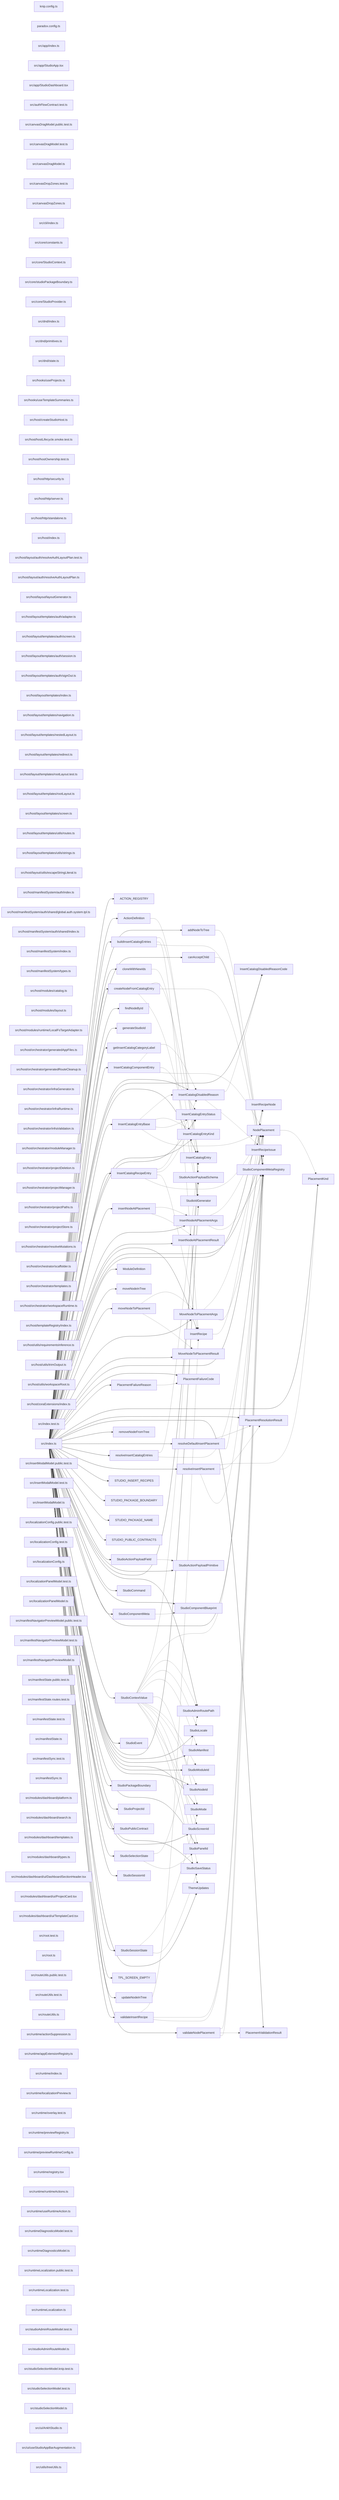
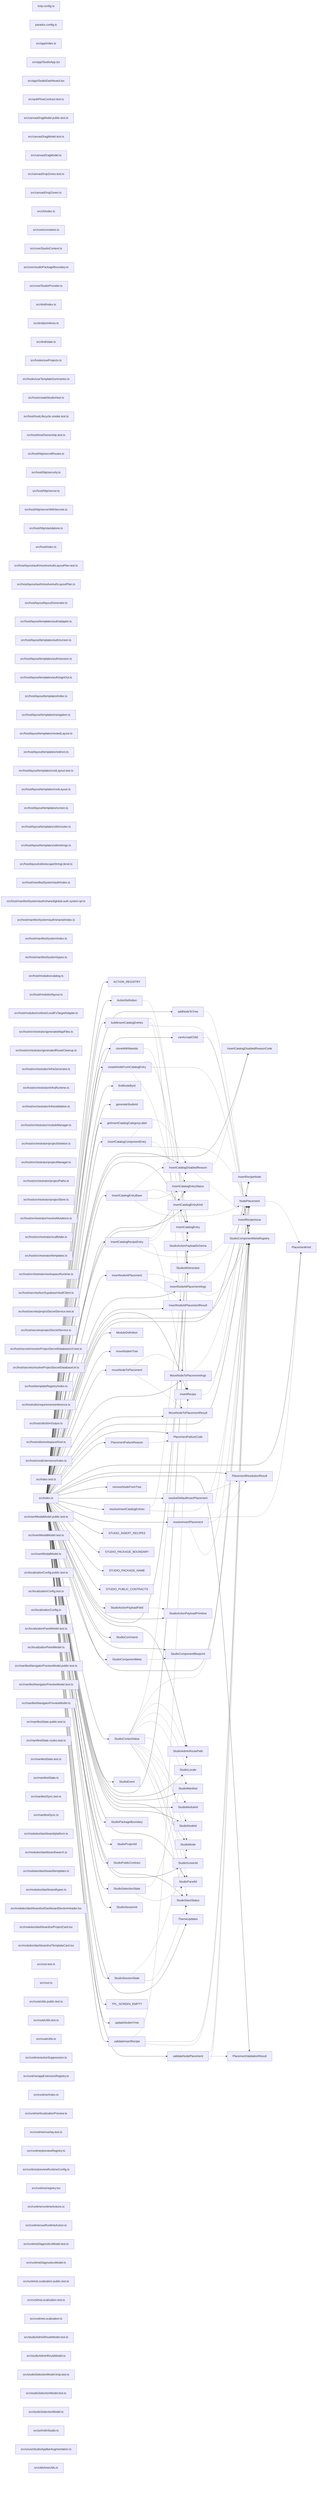
graph LR
  module_knip_config_ts["knip.config.ts"]
  module_paradox_config_ts["paradox.config.ts"]
  module_src_app_index_ts["src/app/index.ts"]
  module_src_app_StudioApp_tsx["src/app/StudioApp.tsx"]
  module_src_app_StudioDashboard_tsx["src/app/StudioDashboard.tsx"]
  module_src_authFlowContract_test_ts["src/authFlowContract.test.ts"]
  module_src_canvasDragModel_public_test_ts["src/canvasDragModel.public.test.ts"]
  module_src_canvasDragModel_test_ts["src/canvasDragModel.test.ts"]
  module_src_canvasDragModel_ts["src/canvasDragModel.ts"]
  module_src_canvasDropZones_test_ts["src/canvasDropZones.test.ts"]
  module_src_canvasDropZones_ts["src/canvasDropZones.ts"]
  module_src_cli_index_ts["src/cli/index.ts"]
  module_src_core_constants_ts["src/core/constants.ts"]
  module_src_core_StudioContext_ts["src/core/StudioContext.ts"]
  module_src_core_studioPackageBoundary_ts["src/core/studioPackageBoundary.ts"]
  module_src_core_StudioProvider_ts["src/core/StudioProvider.ts"]
  module_src_dnd_index_ts["src/dnd/index.ts"]
  module_src_dnd_primitives_ts["src/dnd/primitives.ts"]
  module_src_dnd_state_ts["src/dnd/state.ts"]
  module_src_hooks_useProjects_ts["src/hooks/useProjects.ts"]
  module_src_hooks_useTemplateSummaries_ts["src/hooks/useTemplateSummaries.ts"]
  module_src_host_createStudioHost_ts["src/host/createStudioHost.ts"]
  module_src_host_hostLifecycle_smoke_test_ts["src/host/hostLifecycle.smoke.test.ts"]
  module_src_host_hostOwnership_test_ts["src/host/hostOwnership.test.ts"]
+   module_src_host_http_secretRoutes_ts["src/host/http/secretRoutes.ts"]
  module_src_host_http_security_ts["src/host/http/security.ts"]
  module_src_host_http_server_ts["src/host/http/server.ts"]
+   module_src_host_http_serverWithSecrets_ts["src/host/http/serverWithSecrets.ts"]
  module_src_host_http_standalone_ts["src/host/http/standalone.ts"]
  module_src_host_index_ts["src/host/index.ts"]
  module_src_host_layout_auth_resolveAuthLayoutPlan_test_ts["src/host/layout/auth/resolveAuthLayoutPlan.test.ts"]
  module_src_host_layout_auth_resolveAuthLayoutPlan_ts["src/host/layout/auth/resolveAuthLayoutPlan.ts"]
  module_src_host_layout_layoutGenerator_ts["src/host/layout/layoutGenerator.ts"]
  module_src_host_layout_templates_auth_adapter_ts["src/host/layout/templates/auth/adapter.ts"]
  module_src_host_layout_templates_auth_screen_ts["src/host/layout/templates/auth/screen.ts"]
  module_src_host_layout_templates_auth_session_ts["src/host/layout/templates/auth/session.ts"]
  module_src_host_layout_templates_auth_signOut_ts["src/host/layout/templates/auth/signOut.ts"]
  module_src_host_layout_templates_index_ts["src/host/layout/templates/index.ts"]
  module_src_host_layout_templates_navigation_ts["src/host/layout/templates/navigation.ts"]
  module_src_host_layout_templates_nestedLayout_ts["src/host/layout/templates/nestedLayout.ts"]
  module_src_host_layout_templates_redirect_ts["src/host/layout/templates/redirect.ts"]
  module_src_host_layout_templates_rootLayout_test_ts["src/host/layout/templates/rootLayout.test.ts"]
  module_src_host_layout_templates_rootLayout_ts["src/host/layout/templates/rootLayout.ts"]
  module_src_host_layout_templates_screen_ts["src/host/layout/templates/screen.ts"]
  module_src_host_layout_templates_utils_routes_ts["src/host/layout/templates/utils/routes.ts"]
  module_src_host_layout_templates_utils_strings_ts["src/host/layout/templates/utils/strings.ts"]
  module_src_host_layout_utils_escapeStringLiteral_ts["src/host/layout/utils/escapeStringLiteral.ts"]
  module_src_host_manifestSystem_auth_index_ts["src/host/manifestSystem/auth/index.ts"]
  module_src_host_manifestSystem_auth_shared_global_auth_system_tpl_ts["src/host/manifestSystem/auth/shared/global.auth.system.tpl.ts"]
  module_src_host_manifestSystem_auth_shared_index_ts["src/host/manifestSystem/auth/shared/index.ts"]
  module_src_host_manifestSystem_index_ts["src/host/manifestSystem/index.ts"]
  module_src_host_manifestSystem_types_ts["src/host/manifestSystem/types.ts"]
  module_src_host_modules_catalog_ts["src/host/modules/catalog.ts"]
  module_src_host_modules_layout_ts["src/host/modules/layout.ts"]
  module_src_host_modules_runtime_LocalFsTargetAdapter_ts["src/host/modules/runtime/LocalFsTargetAdapter.ts"]
  module_src_host_orchestrator_generatedAppFiles_ts["src/host/orchestrator/generatedAppFiles.ts"]
  module_src_host_orchestrator_generatedRouteCleanup_ts["src/host/orchestrator/generatedRouteCleanup.ts"]
  module_src_host_orchestrator_infraGenerator_ts["src/host/orchestrator/infraGenerator.ts"]
  module_src_host_orchestrator_infraRuntime_ts["src/host/orchestrator/infraRuntime.ts"]
  module_src_host_orchestrator_infraValidation_ts["src/host/orchestrator/infraValidation.ts"]
  module_src_host_orchestrator_moduleManager_ts["src/host/orchestrator/moduleManager.ts"]
  module_src_host_orchestrator_projectDeletion_ts["src/host/orchestrator/projectDeletion.ts"]
  module_src_host_orchestrator_projectManager_ts["src/host/orchestrator/projectManager.ts"]
  module_src_host_orchestrator_projectPaths_ts["src/host/orchestrator/projectPaths.ts"]
  module_src_host_orchestrator_projectStore_ts["src/host/orchestrator/projectStore.ts"]
  module_src_host_orchestrator_resolveMutations_ts["src/host/orchestrator/resolveMutations.ts"]
  module_src_host_orchestrator_scaffolder_ts["src/host/orchestrator/scaffolder.ts"]
  module_src_host_orchestrator_templates_ts["src/host/orchestrator/templates.ts"]
  module_src_host_orchestrator_workspaceRuntime_ts["src/host/orchestrator/workspaceRuntime.ts"]
+   module_src_host_secrets_bunSupabaseVaultClient_ts["src/host/secrets/bunSupabaseVaultClient.ts"]
+   module_src_host_secrets_projectSecretService_test_ts["src/host/secrets/projectSecretService.test.ts"]
+   module_src_host_secrets_projectSecretService_ts["src/host/secrets/projectSecretService.ts"]
+   module_src_host_secrets_resolveProjectSecretDatabaseUrl_test_ts["src/host/secrets/resolveProjectSecretDatabaseUrl.test.ts"]
+   module_src_host_secrets_resolveProjectSecretDatabaseUrl_ts["src/host/secrets/resolveProjectSecretDatabaseUrl.ts"]
  module_src_host_templateRegistry_index_ts["src/host/templateRegistry/index.ts"]
  module_src_host_utils_requirementsInference_ts["src/host/utils/requirementsInference.ts"]
  module_src_host_utils_trimOutput_ts["src/host/utils/trimOutput.ts"]
  module_src_host_utils_workspaceRoot_ts["src/host/utils/workspaceRoot.ts"]
  module_src_host_zoraExtensions_index_ts["src/host/zoraExtensions/index.ts"]
  module_src_index_test_ts["src/index.test.ts"]
  module_src_index_ts["src/index.ts"]
  module_src_insertModalModel_public_test_ts["src/insertModalModel.public.test.ts"]
  module_src_insertModalModel_test_ts["src/insertModalModel.test.ts"]
  module_src_insertModalModel_ts["src/insertModalModel.ts"]
  module_src_localizationConfig_public_test_ts["src/localizationConfig.public.test.ts"]
  module_src_localizationConfig_test_ts["src/localizationConfig.test.ts"]
  module_src_localizationConfig_ts["src/localizationConfig.ts"]
  module_src_localizationPanelModel_test_ts["src/localizationPanelModel.test.ts"]
  module_src_localizationPanelModel_ts["src/localizationPanelModel.ts"]
  module_src_manifestNavigatorPreviewModel_public_test_ts["src/manifestNavigatorPreviewModel.public.test.ts"]
  module_src_manifestNavigatorPreviewModel_test_ts["src/manifestNavigatorPreviewModel.test.ts"]
  module_src_manifestNavigatorPreviewModel_ts["src/manifestNavigatorPreviewModel.ts"]
  module_src_manifestState_public_test_ts["src/manifestState.public.test.ts"]
  module_src_manifestState_routes_test_ts["src/manifestState.routes.test.ts"]
  module_src_manifestState_test_ts["src/manifestState.test.ts"]
  module_src_manifestState_ts["src/manifestState.ts"]
  module_src_manifestSync_test_ts["src/manifestSync.test.ts"]
  module_src_manifestSync_ts["src/manifestSync.ts"]
  module_src_modules_dashboard_platform_ts["src/modules/dashboard/platform.ts"]
  module_src_modules_dashboard_search_ts["src/modules/dashboard/search.ts"]
  module_src_modules_dashboard_templates_ts["src/modules/dashboard/templates.ts"]
  module_src_modules_dashboard_types_ts["src/modules/dashboard/types.ts"]
  module_src_modules_dashboard_ui_DashboardSectionHeader_tsx["src/modules/dashboard/ui/DashboardSectionHeader.tsx"]
  module_src_modules_dashboard_ui_ProjectCard_tsx["src/modules/dashboard/ui/ProjectCard.tsx"]
  module_src_modules_dashboard_ui_TemplateCard_tsx["src/modules/dashboard/ui/TemplateCard.tsx"]
  module_src_root_test_ts["src/root.test.ts"]
  module_src_root_ts["src/root.ts"]
  module_src_routeUtils_public_test_ts["src/routeUtils.public.test.ts"]
  module_src_routeUtils_test_ts["src/routeUtils.test.ts"]
  module_src_routeUtils_ts["src/routeUtils.ts"]
  module_src_runtime_actionSuppression_ts["src/runtime/actionSuppression.ts"]
  module_src_runtime_appExtensionRegistry_ts["src/runtime/appExtensionRegistry.ts"]
  module_src_runtime_index_ts["src/runtime/index.ts"]
  module_src_runtime_localizationPreview_ts["src/runtime/localizationPreview.ts"]
  module_src_runtime_overlay_test_ts["src/runtime/overlay.test.ts"]
  module_src_runtime_previewRegistry_ts["src/runtime/previewRegistry.ts"]
  module_src_runtime_previewRuntimeConfig_ts["src/runtime/previewRuntimeConfig.ts"]
  module_src_runtime_registry_tsx["src/runtime/registry.tsx"]
  module_src_runtime_runtimeActions_ts["src/runtime/runtimeActions.ts"]
  module_src_runtime_useRuntimeAction_ts["src/runtime/useRuntimeAction.ts"]
  module_src_runtimeDiagnosticsModel_test_ts["src/runtimeDiagnosticsModel.test.ts"]
  module_src_runtimeDiagnosticsModel_ts["src/runtimeDiagnosticsModel.ts"]
  module_src_runtimeLocalization_public_test_ts["src/runtimeLocalization.public.test.ts"]
  module_src_runtimeLocalization_test_ts["src/runtimeLocalization.test.ts"]
  module_src_runtimeLocalization_ts["src/runtimeLocalization.ts"]
  module_src_studioAdminRouteModel_test_ts["src/studioAdminRouteModel.test.ts"]
  module_src_studioAdminRouteModel_ts["src/studioAdminRouteModel.ts"]
  module_src_studioSelectionModel_knip_test_ts["src/studioSelectionModel.knip.test.ts"]
  module_src_studioSelectionModel_test_ts["src/studioSelectionModel.test.ts"]
  module_src_studioSelectionModel_ts["src/studioSelectionModel.ts"]
  module_src_ui_AnkhStudio_ts["src/ui/AnkhStudio.ts"]
  module_src_ui_useStudioAppBarAugmentation_ts["src/ui/useStudioAppBarAugmentation.ts"]
  module_src_utils_treeUtils_ts["src/utils/treeUtils.ts"]
  export_ACTION_REGISTRY["ACTION_REGISTRY"]
  module_src_index_ts --> export_ACTION_REGISTRY
  export_ActionDefinition["ActionDefinition"]
  module_src_index_ts --> export_ActionDefinition
  export_ActionDefinition -.-> export_StudioActionPayloadSchema
  export_addNodeToTree["addNodeToTree"]
  module_src_index_ts --> export_addNodeToTree
  export_addNodeToTree -.-> export_StudioComponentMetaRegistry
  export_buildInsertCatalogEntries["buildInsertCatalogEntries"]
  module_src_index_ts --> export_buildInsertCatalogEntries
  export_buildInsertCatalogEntries -.-> export_InsertCatalogEntry
  export_buildInsertCatalogEntries -.-> export_InsertRecipe
  export_buildInsertCatalogEntries -.-> export_StudioComponentMetaRegistry
  export_canAcceptChild["canAcceptChild"]
  module_src_index_ts --> export_canAcceptChild
  export_canAcceptChild -.-> export_StudioComponentMetaRegistry
  export_cloneWithNewIds["cloneWithNewIds"]
  module_src_index_ts --> export_cloneWithNewIds
  export_cloneWithNewIds -.-> export_StudioIdGenerator
  export_createNodeFromCatalogEntry["createNodeFromCatalogEntry"]
  module_src_index_ts --> export_createNodeFromCatalogEntry
  export_createNodeFromCatalogEntry -.-> export_InsertCatalogEntry
  export_createNodeFromCatalogEntry -.-> export_StudioComponentMetaRegistry
  export_createNodeFromCatalogEntry -.-> export_StudioIdGenerator
  export_findNodeById["findNodeById"]
  module_src_index_ts --> export_findNodeById
  export_generateStudioId["generateStudioId"]
  module_src_index_ts --> export_generateStudioId
  export_getInsertCatalogCategoryLabel["getInsertCatalogCategoryLabel"]
  module_src_index_ts --> export_getInsertCatalogCategoryLabel
  export_InsertCatalogComponentEntry["InsertCatalogComponentEntry"]
  module_src_index_ts --> export_InsertCatalogComponentEntry
  export_InsertCatalogComponentEntry -.-> export_InsertCatalogDisabledReason
  export_InsertCatalogComponentEntry -.-> export_InsertCatalogEntryStatus
  export_InsertCatalogComponentEntry -.-> export_NodePlacement
  export_InsertCatalogDisabledReason["InsertCatalogDisabledReason"]
  module_src_index_ts --> export_InsertCatalogDisabledReason
  export_InsertCatalogDisabledReason -.-> export_InsertCatalogDisabledReasonCode
  export_InsertCatalogDisabledReason -.-> export_InsertRecipeIssue
  export_InsertCatalogDisabledReasonCode["InsertCatalogDisabledReasonCode"]
  module_src_index_ts --> export_InsertCatalogDisabledReasonCode
  export_InsertCatalogEntry["InsertCatalogEntry"]
  module_src_index_ts --> export_InsertCatalogEntry
  export_InsertCatalogEntryBase["InsertCatalogEntryBase"]
  module_src_index_ts --> export_InsertCatalogEntryBase
  export_InsertCatalogEntryBase -.-> export_InsertCatalogDisabledReason
  export_InsertCatalogEntryBase -.-> export_InsertCatalogEntryKind
  export_InsertCatalogEntryBase -.-> export_InsertCatalogEntryStatus
  export_InsertCatalogEntryBase -.-> export_NodePlacement
  export_InsertCatalogEntryKind["InsertCatalogEntryKind"]
  module_src_index_ts --> export_InsertCatalogEntryKind
  export_InsertCatalogEntryStatus["InsertCatalogEntryStatus"]
  module_src_index_ts --> export_InsertCatalogEntryStatus
  export_InsertCatalogRecipeEntry["InsertCatalogRecipeEntry"]
  module_src_index_ts --> export_InsertCatalogRecipeEntry
  export_InsertCatalogRecipeEntry -.-> export_InsertCatalogDisabledReason
  export_InsertCatalogRecipeEntry -.-> export_InsertCatalogEntryStatus
  export_InsertCatalogRecipeEntry -.-> export_InsertRecipe
  export_InsertCatalogRecipeEntry -.-> export_NodePlacement
  export_insertNodeAtPlacement["insertNodeAtPlacement"]
  module_src_index_ts --> export_insertNodeAtPlacement
  export_insertNodeAtPlacement -.-> export_InsertNodeAtPlacementArgs
  export_insertNodeAtPlacement -.-> export_InsertNodeAtPlacementResult
  export_InsertNodeAtPlacementArgs["InsertNodeAtPlacementArgs"]
  module_src_index_ts --> export_InsertNodeAtPlacementArgs
  export_InsertNodeAtPlacementArgs -.-> export_NodePlacement
  export_InsertNodeAtPlacementArgs -.-> export_StudioComponentMetaRegistry
  export_InsertNodeAtPlacementResult["InsertNodeAtPlacementResult"]
  module_src_index_ts --> export_InsertNodeAtPlacementResult
  export_InsertRecipe["InsertRecipe"]
  module_src_index_ts --> export_InsertRecipe
  export_InsertRecipe -.-> export_InsertRecipeNode
  export_InsertRecipeIssue["InsertRecipeIssue"]
  module_src_index_ts --> export_InsertRecipeIssue
  export_InsertRecipeNode["InsertRecipeNode"]
  module_src_index_ts --> export_InsertRecipeNode
  export_ModuleDefinition["ModuleDefinition"]
  module_src_index_ts --> export_ModuleDefinition
  export_moveNodeInTree["moveNodeInTree"]
  module_src_index_ts --> export_moveNodeInTree
  export_moveNodeToPlacement["moveNodeToPlacement"]
  module_src_index_ts --> export_moveNodeToPlacement
  export_moveNodeToPlacement -.-> export_MoveNodeToPlacementArgs
  export_moveNodeToPlacement -.-> export_MoveNodeToPlacementResult
  export_MoveNodeToPlacementArgs["MoveNodeToPlacementArgs"]
  module_src_index_ts --> export_MoveNodeToPlacementArgs
  export_MoveNodeToPlacementArgs -.-> export_NodePlacement
  export_MoveNodeToPlacementArgs -.-> export_StudioComponentMetaRegistry
  export_MoveNodeToPlacementResult["MoveNodeToPlacementResult"]
  module_src_index_ts --> export_MoveNodeToPlacementResult
  export_NodePlacement["NodePlacement"]
  module_src_index_ts --> export_NodePlacement
  export_NodePlacement -.-> export_PlacementKind
  export_PlacementFailureCode["PlacementFailureCode"]
  module_src_index_ts --> export_PlacementFailureCode
  export_PlacementFailureReason["PlacementFailureReason"]
  module_src_index_ts --> export_PlacementFailureReason
  export_PlacementFailureReason -.-> export_PlacementFailureCode
  export_PlacementKind["PlacementKind"]
  module_src_index_ts --> export_PlacementKind
  export_PlacementResolutionResult["PlacementResolutionResult"]
  module_src_index_ts --> export_PlacementResolutionResult
  export_PlacementValidationResult["PlacementValidationResult"]
  module_src_index_ts --> export_PlacementValidationResult
  export_removeNodeFromTree["removeNodeFromTree"]
  module_src_index_ts --> export_removeNodeFromTree
  export_resolveDefaultInsertPlacement["resolveDefaultInsertPlacement"]
  module_src_index_ts --> export_resolveDefaultInsertPlacement
  export_resolveDefaultInsertPlacement -.-> export_PlacementResolutionResult
  export_resolveDefaultInsertPlacement -.-> export_StudioComponentMetaRegistry
  export_resolveInsertCatalogEntries["resolveInsertCatalogEntries"]
  module_src_index_ts --> export_resolveInsertCatalogEntries
  export_resolveInsertCatalogEntries -.-> export_InsertCatalogEntry
  export_resolveInsertCatalogEntries -.-> export_StudioComponentMetaRegistry
  export_resolveInsertPlacement["resolveInsertPlacement"]
  module_src_index_ts --> export_resolveInsertPlacement
  export_resolveInsertPlacement -.-> export_PlacementKind
  export_resolveInsertPlacement -.-> export_PlacementResolutionResult
  export_resolveInsertPlacement -.-> export_StudioComponentMetaRegistry
  export_STUDIO_INSERT_RECIPES["STUDIO_INSERT_RECIPES"]
  module_src_index_ts --> export_STUDIO_INSERT_RECIPES
  export_STUDIO_PACKAGE_BOUNDARY["STUDIO_PACKAGE_BOUNDARY"]
  module_src_index_ts --> export_STUDIO_PACKAGE_BOUNDARY
  export_STUDIO_PACKAGE_NAME["STUDIO_PACKAGE_NAME"]
  module_src_index_ts --> export_STUDIO_PACKAGE_NAME
  export_STUDIO_PUBLIC_CONTRACTS["STUDIO_PUBLIC_CONTRACTS"]
  module_src_index_ts --> export_STUDIO_PUBLIC_CONTRACTS
  export_StudioActionPayloadField["StudioActionPayloadField"]
  module_src_index_ts --> export_StudioActionPayloadField
  export_StudioActionPayloadField -.-> export_StudioActionPayloadPrimitive
  export_StudioActionPayloadPrimitive["StudioActionPayloadPrimitive"]
  module_src_index_ts --> export_StudioActionPayloadPrimitive
  export_StudioActionPayloadSchema["StudioActionPayloadSchema"]
  module_src_index_ts --> export_StudioActionPayloadSchema
  export_StudioAdminRoutePath["StudioAdminRoutePath"]
  module_src_index_ts --> export_StudioAdminRoutePath
  export_StudioCommand["StudioCommand"]
  module_src_index_ts --> export_StudioCommand
  export_StudioComponentBlueprint["StudioComponentBlueprint"]
  module_src_index_ts --> export_StudioComponentBlueprint
  export_StudioComponentMeta["StudioComponentMeta"]
  module_src_index_ts --> export_StudioComponentMeta
  export_StudioComponentMeta -.-> export_StudioComponentBlueprint
  export_StudioComponentMetaRegistry["StudioComponentMetaRegistry"]
  module_src_index_ts --> export_StudioComponentMetaRegistry
  export_StudioContextValue["StudioContextValue"]
  module_src_index_ts --> export_StudioContextValue
  export_StudioContextValue -.-> export_InsertCatalogEntry
  export_StudioContextValue -.-> export_NodePlacement
  export_StudioContextValue -.-> export_StudioAdminRoutePath
  export_StudioContextValue -.-> export_StudioLocale
  export_StudioContextValue -.-> export_StudioManifest
  export_StudioContextValue -.-> export_StudioMode
  export_StudioContextValue -.-> export_StudioModuleId
  export_StudioContextValue -.-> export_StudioNodeId
  export_StudioContextValue -.-> export_StudioPanelId
  export_StudioContextValue -.-> export_StudioSaveStatus
  export_StudioContextValue -.-> export_StudioScreenId
  export_StudioContextValue -.-> export_ThemeUpdates
  export_StudioEvent["StudioEvent"]
  module_src_index_ts --> export_StudioEvent
  export_StudioIdGenerator["StudioIdGenerator"]
  module_src_index_ts --> export_StudioIdGenerator
  export_StudioLocale["StudioLocale"]
  module_src_index_ts --> export_StudioLocale
  export_StudioManifest["StudioManifest"]
  module_src_index_ts --> export_StudioManifest
  export_StudioMode["StudioMode"]
  module_src_index_ts --> export_StudioMode
  export_StudioModuleId["StudioModuleId"]
  module_src_index_ts --> export_StudioModuleId
  export_StudioNodeId["StudioNodeId"]
  module_src_index_ts --> export_StudioNodeId
  export_StudioPackageBoundary["StudioPackageBoundary"]
  module_src_index_ts --> export_StudioPackageBoundary
  export_StudioPanelId["StudioPanelId"]
  module_src_index_ts --> export_StudioPanelId
  export_StudioProjectId["StudioProjectId"]
  module_src_index_ts --> export_StudioProjectId
  export_StudioPublicContract["StudioPublicContract"]
  module_src_index_ts --> export_StudioPublicContract
  export_StudioSaveStatus["StudioSaveStatus"]
  module_src_index_ts --> export_StudioSaveStatus
  export_StudioScreenId["StudioScreenId"]
  module_src_index_ts --> export_StudioScreenId
  export_StudioSelectionState["StudioSelectionState"]
  module_src_index_ts --> export_StudioSelectionState
  export_StudioSelectionState -.-> export_StudioAdminRoutePath
  export_StudioSelectionState -.-> export_StudioPanelId
  export_StudioSessionId["StudioSessionId"]
  module_src_index_ts --> export_StudioSessionId
  export_StudioSessionState["StudioSessionState"]
  module_src_index_ts --> export_StudioSessionState
  export_StudioSessionState -.-> export_StudioMode
  export_StudioSessionState -.-> export_StudioSaveStatus
  export_ThemeUpdates["ThemeUpdates"]
  module_src_index_ts --> export_ThemeUpdates
  export_TPL_SCREEN_EMPTY["TPL_SCREEN_EMPTY"]
  module_src_index_ts --> export_TPL_SCREEN_EMPTY
  export_updateNodeInTree["updateNodeInTree"]
  module_src_index_ts --> export_updateNodeInTree
  export_validateInsertRecipe["validateInsertRecipe"]
  module_src_index_ts --> export_validateInsertRecipe
  export_validateInsertRecipe -.-> export_InsertRecipe
  export_validateInsertRecipe -.-> export_InsertRecipeIssue
  export_validateInsertRecipe -.-> export_StudioComponentMetaRegistry
  export_validateNodePlacement["validateNodePlacement"]
  module_src_index_ts --> export_validateNodePlacement
  export_validateNodePlacement -.-> export_NodePlacement
  export_validateNodePlacement -.-> export_PlacementValidationResult
  export_validateNodePlacement -.-> export_StudioComponentMetaRegistry
